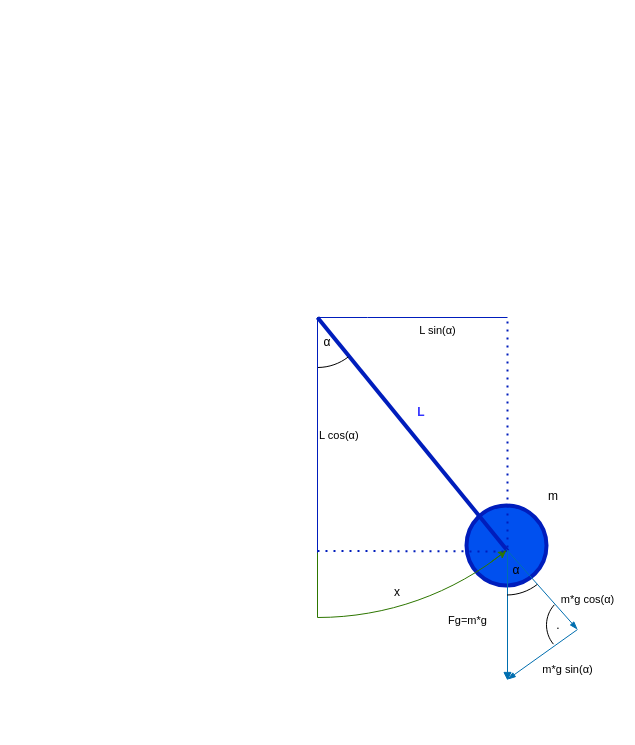
Before: rysunek.drawio in WelfareUnit/Projekt2, a draw.io diagram. Source tidied: cells renumbered, new cells numbered last; positions are measured from the earlier drawing's top-left corner, leaving out a move shared by most shapes. Both pictures are drawn from the tidied source at 100%, with x=0, y=0 at pixel (17, 17).
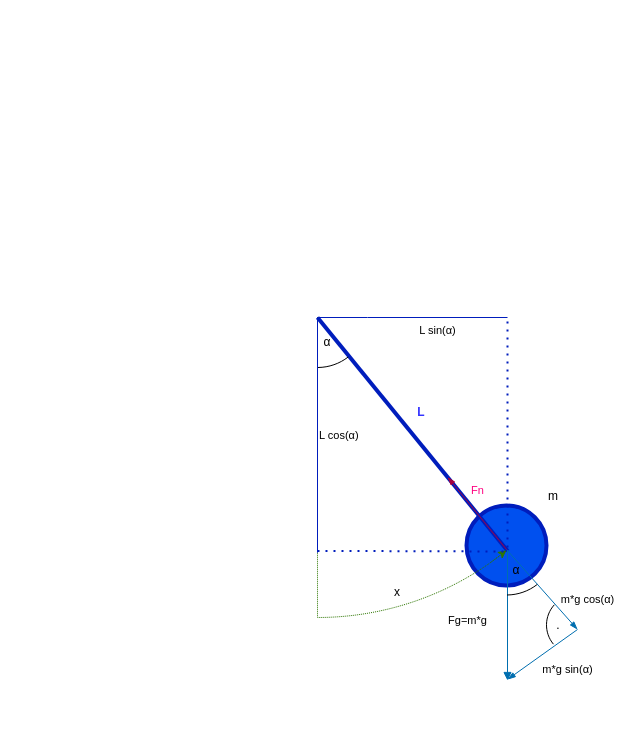
After the change.

What changed in the source:
```diff
@@
-    <mxCell id="3" style="verticalLabelPosition=bottom;verticalAlign=top;html=1;shape=mxgraph.basic.pie;startAngle=0.3913260905740087;endAngle=0.5;fillColor=none;fontColor=#ffffff;strokeColor=#2D7600;" parent="1" vertex="1">
+    <mxCell id="3" style="verticalLabelPosition=bottom;verticalAlign=top;html=1;shape=mxgraph.basic.pie;startAngle=0.3913260905740087;endAngle=0.5;fillColor=none;fontColor=#ffffff;strokeColor=#2D7600;dashed=1;dashPattern=1 1;" parent="1" vertex="1">
       <mxGeometry width="600" height="600" as="geometry" />
     </mxCell>
@@
     <mxCell id="16" value="α" style="text;html=1;strokeColor=none;fillColor=none;align=center;verticalAlign=middle;whiteSpace=wrap;rounded=0;" parent="1" vertex="1">
-      <mxGeometry x="469" y="538" width="60" height="30" as="geometry" />
+      <mxGeometry x="494" y="546" width="10" height="14" as="geometry" />
     </mxCell>
@@
-    <mxCell id="21" style="endArrow=classic;html=1;rounded=0;entryX=0.815;entryY=0.888;entryDx=0;entryDy=0;entryPerimeter=0;exitX=0.79;exitY=0.907;exitDx=0;exitDy=0;exitPerimeter=0;fillColor=#60a917;strokeColor=#2D7600;" parent="1" edge="1" source="3" target="3">
+    <mxCell id="21" style="endArrow=classic;html=1;rounded=0;entryX=0.815;entryY=0.888;entryDx=0;entryDy=0;entryPerimeter=0;exitX=0.79;exitY=0.907;exitDx=0;exitDy=0;exitPerimeter=0;fillColor=#60a917;strokeColor=#2D7600;dashed=1;dashPattern=1 2;" parent="1" edge="1" source="3" target="3">
       <mxGeometry relative="1" as="geometry" />
     </mxCell>
@@
+    <mxCell id="23" value="Fn" style="endArrow=none;html=1;rounded=0;fillColor=#d80073;strokeColor=#A50040;strokeWidth=1;startArrow=blockThin;startFill=1;endFill=0;exitX=0.717;exitY=0.766;exitDx=0;exitDy=0;exitPerimeter=0;fontColor=#FF0080;" parent="1" edge="1" source="3">
+      <mxGeometry x="-0.37" y="15" relative="1" as="geometry">
+        <mxPoint x="489" y="532" as="targetPoint" />
+      </mxGeometry>
+    </mxCell>
```
